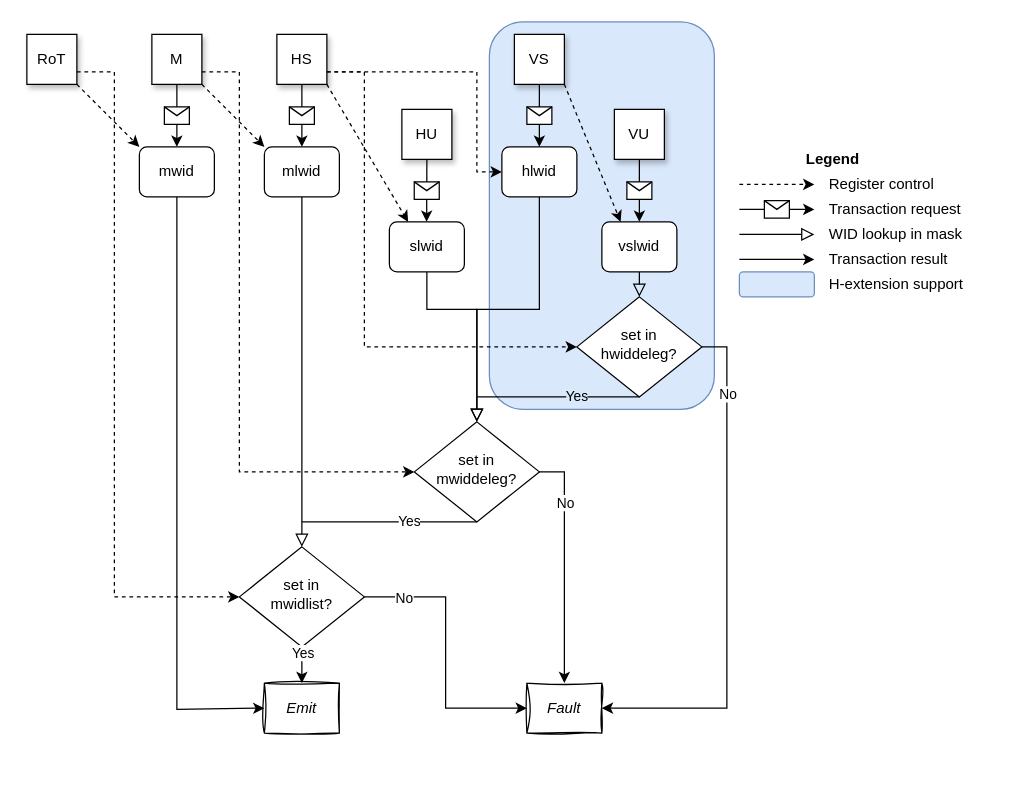
Earlier version of the draw.io diagram src/images/WorldID-smwidv.drawio (MIPS/riscv-partitioning). Source tidied: cells renumbered, new cells numbered last; positions are measured from the earlier drawing's top-left corner, leaving out a move shared by most shapes. Both pictures are drawn from the tidied source at 125%, with x=0, y=0 at pixel (26, 21).
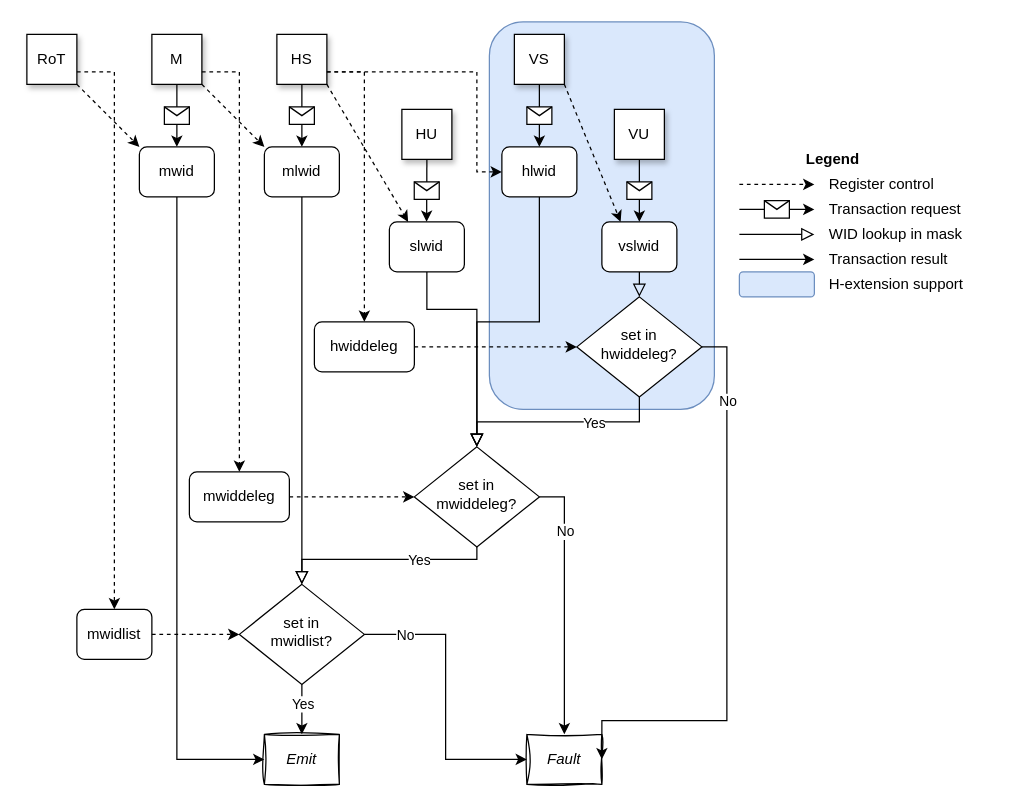
The same diagram, later.

The change refers to these unchanged cells:
```xml
<mxCell id="6" value="mwid" style="rounded=1;whiteSpace=wrap;html=1;fontSize=12;glass=0;strokeWidth=1;shadow=0;fillColor=#FFFFFF;fillStyle=solid;" parent="1" vertex="1">
  <mxGeometry x="90" y="100" width="60" height="40" as="geometry" />
</mxCell>
<mxCell id="7" value="mlwid" style="rounded=1;whiteSpace=wrap;html=1;fontSize=12;glass=0;strokeWidth=1;shadow=0;" parent="1" vertex="1">
  <mxGeometry x="190" y="100" width="60" height="40" as="geometry" />
</mxCell>
<mxCell id="11" style="edgeStyle=orthogonalEdgeStyle;rounded=0;jettySize=auto;html=1;exitX=0.5;exitY=1;exitDx=0;exitDy=0;entryX=0.5;entryY=0;entryDx=0;entryDy=0;" parent="1" edge="1" source="9" target="10">
  <mxGeometry relative="1" as="geometry" />
</mxCell>
<mxCell id="30" value="RoT" style="rounded=0;whiteSpace=wrap;html=1;fontSize=12;glass=0;strokeWidth=1;shadow=1;" parent="1" vertex="1">
  <mxGeometry y="10" width="40" height="40" as="geometry" />
</mxCell>
<mxCell id="53" value="set in&lt;br&gt;h&lt;span style=&quot;background-color: transparent; color: light-dark(rgb(0, 0, 0), rgb(255, 255, 255));&quot;&gt;widdeleg?&lt;/span&gt;" style="rhombus;whiteSpace=wrap;html=1;shadow=0;fontFamily=Helvetica;fontSize=12;align=center;strokeWidth=1;spacing=6;spacingTop=-4;" parent="1" vertex="1">
  <mxGeometry x="440" y="220" width="100" height="80" as="geometry" />
</mxCell>
```

Change to the diagram source:
```diff
@@
     <mxCell id="9" value="set in&lt;br&gt;mwidlist?" style="rhombus;whiteSpace=wrap;html=1;shadow=0;fontFamily=Helvetica;fontSize=12;align=center;strokeWidth=1;spacing=6;spacingTop=-4;" parent="1" vertex="1">
-      <mxGeometry x="170" y="420" width="100" height="80" as="geometry" />
+      <mxGeometry x="170" y="450" width="100" height="80" as="geometry" />
     </mxCell>
     <mxCell id="10" value="Emit" style="rounded=0;whiteSpace=wrap;html=1;fontSize=12;glass=0;strokeWidth=1;shadow=0;sketch=1;curveFitting=1;jiggle=2;fontStyle=2;" parent="1" vertex="1">
-      <mxGeometry x="190" y="529" width="60" height="40" as="geometry" />
+      <mxGeometry x="190" y="570" width="60" height="40" as="geometry" />
     </mxCell>
@@
     <mxCell id="12" value="Yes" style="edgeLabel;html=1;align=center;verticalAlign=middle;" parent="11" vertex="1">
-      <mxGeometry x="-0.72" relative="1" as="geometry" />
+      <mxGeometry x="-0.72" relative="1" as="geometry">
+        <mxPoint y="9" as="offset" />
+      </mxGeometry>
     </mxCell>
     <mxCell id="13" value="set in&lt;br&gt;mwiddeleg?" style="rhombus;whiteSpace=wrap;html=1;shadow=0;fontFamily=Helvetica;fontSize=12;align=center;strokeWidth=1;spacing=6;spacingTop=-4;" parent="1" vertex="1">
-      <mxGeometry x="310" y="320" width="100" height="80" as="geometry" />
+      <mxGeometry x="310" y="340" width="100" height="80" as="geometry" />
     </mxCell>
-    <mxCell id="14" style="rounded=0;html=1;jettySize=auto;fontSize=11;endArrow=block;endFill=0;endSize=8;strokeWidth=1;shadow=0;labelBackgroundColor=none;edgeStyle=orthogonalEdgeStyle;exitX=0.5;exitY=1;exitDx=0;exitDy=0;" parent="1" edge="1" source="7">
-      <mxGeometry relative="1" as="geometry">
-        <mxPoint x="220" y="420" as="targetPoint" />
-        <Array as="points">
-          <mxPoint x="220" y="420" />
-        </Array>
-      </mxGeometry>
+    <mxCell id="14" style="rounded=0;html=1;jettySize=auto;fontSize=11;endArrow=block;endFill=0;endSize=8;strokeWidth=1;shadow=0;labelBackgroundColor=none;edgeStyle=orthogonalEdgeStyle;exitX=0.5;exitY=1;exitDx=0;exitDy=0;entryX=0.5;entryY=0;entryDx=0;entryDy=0;" parent="1" edge="1" source="7" target="9">
+      <mxGeometry relative="1" as="geometry" />
     </mxCell>
@@
     <mxCell id="16" value="Fault" style="rounded=0;whiteSpace=wrap;html=1;fontSize=12;glass=0;strokeWidth=1;shadow=0;sketch=1;curveFitting=1;jiggle=2;fillColor=default;fontStyle=2;" parent="1" vertex="1">
-      <mxGeometry x="400" y="529" width="60" height="40" as="geometry" />
+      <mxGeometry x="400" y="570" width="60" height="40" as="geometry" />
     </mxCell>
@@
-    <mxCell id="29" style="endArrow=classic;html=1;rounded=0;entryX=0;entryY=0.5;entryDx=0;entryDy=0;dashed=1;edgeStyle=elbowEdgeStyle;" parent="1" edge="1" target="13">
+    <mxCell id="29" style="endArrow=classic;html=1;rounded=0;entryX=0.5;entryY=0;entryDx=0;entryDy=0;dashed=1;edgeStyle=elbowEdgeStyle;" parent="1" edge="1" target="68">
       <mxGeometry relative="1" as="geometry">
         <mxPoint x="140" y="40" as="sourcePoint" />
         <Array as="points">
           <mxPoint x="170" y="120" />
         </Array>
       </mxGeometry>
     </mxCell>
@@
-    <mxCell id="32" style="endArrow=classic;html=1;rounded=0;entryX=0;entryY=0.5;entryDx=0;entryDy=0;dashed=1;edgeStyle=elbowEdgeStyle;exitX=1;exitY=0.75;exitDx=0;exitDy=0;" parent="1" edge="1" source="30" target="9">
+    <mxCell id="32" style="endArrow=classic;html=1;rounded=0;entryX=0.5;entryY=0;entryDx=0;entryDy=0;dashed=1;edgeStyle=elbowEdgeStyle;exitX=1;exitY=0.75;exitDx=0;exitDy=0;" parent="1" edge="1" source="30" target="66">
       <mxGeometry relative="1" as="geometry">
         <Array as="points">
           <mxPoint x="70" y="190" />
         </Array>
       </mxGeometry>
     </mxCell>
@@
     <mxCell id="55" style="edgeStyle=orthogonalEdgeStyle;rounded=0;jettySize=auto;html=1;entryX=1;entryY=0.5;entryDx=0;entryDy=0;" parent="1" edge="1" target="16">
       <mxGeometry relative="1" as="geometry">
         <mxPoint x="540" y="260" as="sourcePoint" />
         <Array as="points">
           <mxPoint x="560" y="260" />
-          <mxPoint x="560" y="549" />
+          <mxPoint x="560" y="559" />
         </Array>
       </mxGeometry>
     </mxCell>
@@
-    <mxCell id="57" style="endArrow=none;html=1;rounded=0;entryX=0.5;entryY=1;entryDx=0;entryDy=0;" parent="1" edge="1" target="13">
-      <mxGeometry relative="1" as="geometry">
-        <mxPoint x="220" y="400" as="sourcePoint" />
-      </mxGeometry>
-    </mxCell>
-    <mxCell id="58" value="Yes" style="edgeLabel;html=1;align=center;verticalAlign=middle;" parent="57" vertex="1">
-      <mxGeometry x="0.22" y="1" relative="1" as="geometry" />
-    </mxCell>
-    <mxCell id="59" style="endArrow=none;html=1;rounded=0;" parent="1" edge="1">
-      <mxGeometry relative="1" as="geometry">
-        <mxPoint x="360" y="300" as="sourcePoint" />
-        <mxPoint x="490" y="300" as="targetPoint" />
-      </mxGeometry>
-    </mxCell>
-    <mxCell id="60" value="Yes" style="edgeLabel;html=1;align=center;verticalAlign=middle;labelBackgroundColor=light-dark(#dae8fc, #334a6c);" parent="59" vertex="1">
-      <mxGeometry x="0.22" y="1" relative="1" as="geometry" />
-    </mxCell>
-    <mxCell id="61" style="endArrow=classic;html=1;rounded=0;entryX=0;entryY=0.5;entryDx=0;entryDy=0;dashed=1;edgeStyle=elbowEdgeStyle;exitX=1;exitY=0.75;exitDx=0;exitDy=0;" parent="1" edge="1" target="53">
+    <mxCell id="61" style="endArrow=classic;html=1;rounded=0;entryX=0.5;entryY=0;entryDx=0;entryDy=0;dashed=1;edgeStyle=elbowEdgeStyle;exitX=1;exitY=0.75;exitDx=0;exitDy=0;" parent="1" edge="1" target="70">
       <mxGeometry relative="1" as="geometry">
         <mxPoint x="240" y="40" as="sourcePoint" />
         <Array as="points">
           <mxPoint x="270" y="160" />
         </Array>
       </mxGeometry>
     </mxCell>
@@
     <mxCell id="65" style="endArrow=classic;html=1;rounded=0;exitX=0.5;exitY=1;exitDx=0;exitDy=0;entryX=0;entryY=0.5;entryDx=0;entryDy=0;" parent="1" edge="1" source="6" target="10">
       <mxGeometry relative="1" as="geometry">
         <Array as="points">
-          <mxPoint x="120" y="550" />
+          <mxPoint x="120" y="590" />
         </Array>
       </mxGeometry>
     </mxCell>
+    <mxCell id="66" value="mwidlist" style="rounded=1;whiteSpace=wrap;html=1;fontSize=12;glass=0;strokeWidth=1;shadow=0;fillColor=#FFFFFF;fillStyle=solid;" parent="1" vertex="1">
+      <mxGeometry x="40" y="470" width="60" height="40" as="geometry" />
+    </mxCell>
+    <mxCell id="67" style="endArrow=classic;html=1;rounded=0;entryX=0;entryY=0.5;entryDx=0;entryDy=0;dashed=1;edgeStyle=elbowEdgeStyle;exitX=1;exitY=0.5;exitDx=0;exitDy=0;" parent="1" edge="1" source="66" target="9">
+      <mxGeometry relative="1" as="geometry">
+        <Array as="points">
+          <mxPoint x="130" y="480" />
+        </Array>
+      </mxGeometry>
+    </mxCell>
+    <mxCell id="68" value="mwiddeleg" style="rounded=1;whiteSpace=wrap;html=1;fontSize=12;glass=0;strokeWidth=1;shadow=0;fillColor=#FFFFFF;fillStyle=solid;" parent="1" vertex="1">
+      <mxGeometry x="130" y="360" width="80" height="40" as="geometry" />
+    </mxCell>
+    <mxCell id="69" style="endArrow=classic;html=1;rounded=0;dashed=1;edgeStyle=elbowEdgeStyle;exitX=1;exitY=0.5;exitDx=0;exitDy=0;entryX=0;entryY=0.5;entryDx=0;entryDy=0;" parent="1" edge="1" source="68" target="13">
+      <mxGeometry relative="1" as="geometry">
+        <Array as="points">
+          <mxPoint x="260" y="390" />
+        </Array>
+      </mxGeometry>
+    </mxCell>
+    <mxCell id="70" value="h&lt;span style=&quot;background-color: transparent; color: light-dark(rgb(0, 0, 0), rgb(255, 255, 255));&quot;&gt;widdeleg&lt;/span&gt;" style="rounded=1;whiteSpace=wrap;html=1;fontSize=12;glass=0;strokeWidth=1;shadow=0;fillColor=#FFFFFF;fillStyle=solid;" parent="1" vertex="1">
+      <mxGeometry x="230" y="240" width="80" height="40" as="geometry" />
+    </mxCell>
+    <mxCell id="71" style="endArrow=classic;html=1;rounded=0;entryX=0;entryY=0.5;entryDx=0;entryDy=0;dashed=1;edgeStyle=elbowEdgeStyle;exitX=1;exitY=0.5;exitDx=0;exitDy=0;" parent="1" edge="1" source="70" target="53">
+      <mxGeometry relative="1" as="geometry">
+        <Array as="points">
+          <mxPoint x="380" y="250" />
+        </Array>
+      </mxGeometry>
+    </mxCell>
+    <mxCell id="72" style="rounded=0;html=1;jettySize=auto;fontSize=11;endArrow=block;endFill=0;endSize=8;strokeWidth=1;shadow=0;labelBackgroundColor=none;edgeStyle=orthogonalEdgeStyle;exitX=0.5;exitY=1;exitDx=0;exitDy=0;entryX=0.5;entryY=0;entryDx=0;entryDy=0;" parent="1" edge="1" source="53" target="13">
+      <mxGeometry relative="1" as="geometry">
+        <Array as="points">
+          <mxPoint x="490" y="320" />
+          <mxPoint x="360" y="320" />
+        </Array>
+      </mxGeometry>
+    </mxCell>
+    <mxCell id="73" value="Yes" style="edgeLabel;html=1;align=center;verticalAlign=middle;" parent="72" vertex="1">
+      <mxGeometry x="-0.33" relative="1" as="geometry" />
+    </mxCell>
+    <mxCell id="74" style="rounded=0;html=1;jettySize=auto;orthogonalLoop=1;fontSize=11;endArrow=block;endFill=0;endSize=8;strokeWidth=1;shadow=0;labelBackgroundColor=none;edgeStyle=orthogonalEdgeStyle;exitX=0.5;exitY=1;exitDx=0;exitDy=0;" parent="1" edge="1">
+      <mxGeometry relative="1" as="geometry">
+        <mxPoint x="360" y="420" as="sourcePoint" />
+        <mxPoint x="220" y="450" as="targetPoint" />
+        <Array as="points">
+          <mxPoint x="360" y="430" />
+          <mxPoint x="220" y="430" />
+        </Array>
+      </mxGeometry>
+    </mxCell>
+    <mxCell id="75" value="Yes" style="edgeLabel;html=1;align=center;verticalAlign=middle;" parent="74" vertex="1">
+      <mxGeometry x="-0.33" relative="1" as="geometry" />
+    </mxCell>
```
